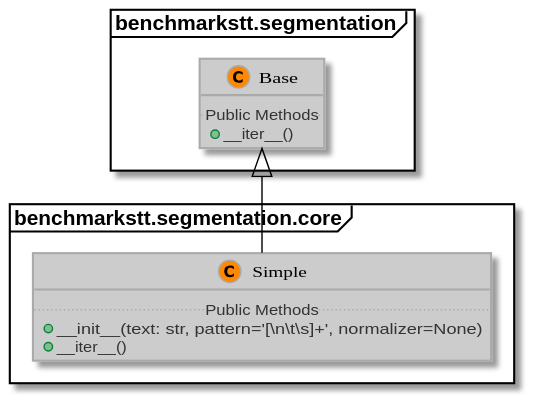
ebu/benchmarkstt keeps this PlantUML diagram as docs/_static/uml/benchmarkstt.segmentation.svg. Above is the earlier version.
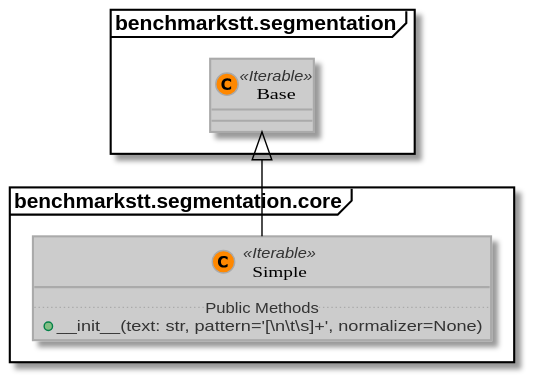
Above is the later version.

Diff of the diagram source:
```diff
@@ -5,18 +5,15 @@
 !includeurl https://raw.githubusercontent.com/Drakemor/RedDress-PlantUML/master/style.puml
 package benchmarkstt.segmentation [[https://benchmarkstt.readthedocs.io/en/latest/modules/benchmarkstt.segmentation.html#]] {
 
-	class benchmarkstt.segmentation.Base  [[https://benchmarkstt.readthedocs.io/en/latest/modules/benchmarkstt.segmentation.html#benchmarkstt.segmentation.Base]] {
-		.. Public Methods ..
-		+__iter__()
+	class benchmarkstt.segmentation.Base << Iterable >>  [[https://benchmarkstt.readthedocs.io/en/latest/modules/benchmarkstt.segmentation.html#benchmarkstt.segmentation.Base]] {
 	}
 }
 
 package benchmarkstt.segmentation.core [[https://benchmarkstt.readthedocs.io/en/latest/modules/benchmarkstt.segmentation.core.html#]] {
 
-	class benchmarkstt.segmentation.core.Simple  [[https://benchmarkstt.readthedocs.io/en/latest/modules/benchmarkstt.segmentation.core.html#benchmarkstt.segmentation.core.Simple]] extends benchmarkstt.segmentation.Base {
+	class benchmarkstt.segmentation.core.Simple << Iterable >>  [[https://benchmarkstt.readthedocs.io/en/latest/modules/benchmarkstt.segmentation.core.html#benchmarkstt.segmentation.core.Simple]] extends benchmarkstt.segmentation.Base {
 		.. Public Methods ..
 		+__init__(text: str, pattern='[\\n\\t\\s]+', normalizer=None)
-		+__iter__()
 	}
 }
 
```
